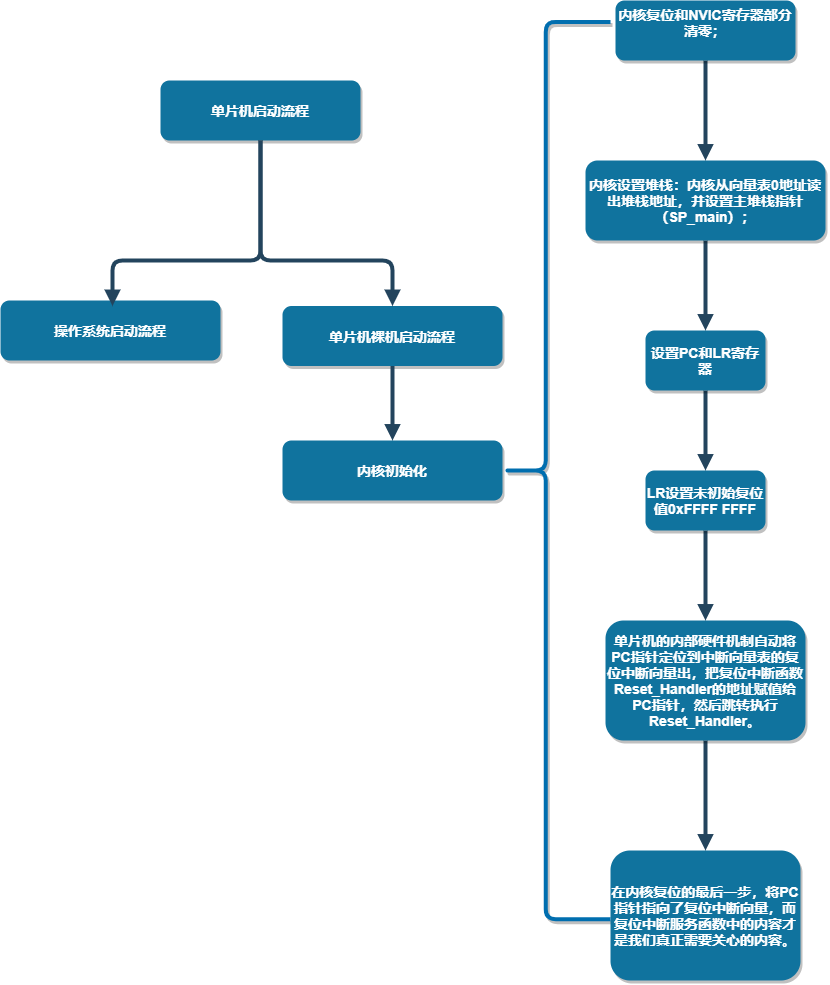
Earlier version of the draw.io export 启动流程.png (chenxi123-byte/51-Single-chip). Source tidied: cells renumbered, new cells last; positions are measured from the earlier drawing's top-left corner, leaving out a move shared by most shapes.
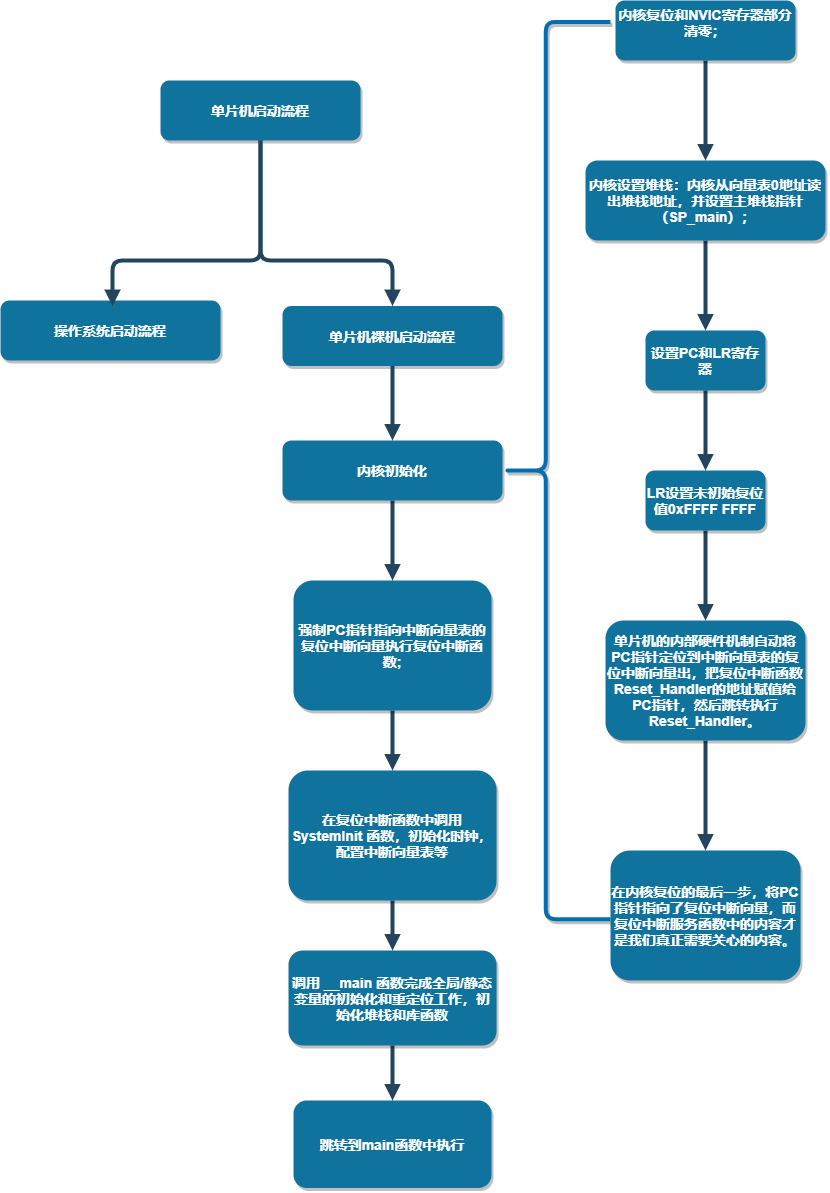
Later version of the same file.

Diff of the diagram source:
```diff
@@ -41,6 +41,9 @@
         </Array>
       </mxGeometry>
     </mxCell>
+    <mxCell id="21" style="edgeStyle=elbowEdgeStyle;shape=connector;rounded=1;jettySize=auto;elbow=vertical;html=1;labelBackgroundColor=default;fontFamily=Helvetica;fontSize=11;fontColor=default;endArrow=block;endFill=1;strokeColor=#23445D;strokeWidth=4;" parent="1" edge="1" source="8" target="23">
+      <mxGeometry relative="1" as="geometry" />
+    </mxCell>
     <mxCell id="8" value="内核初始化" style="rounded=1;fillColor=#10739E;strokeColor=none;shadow=1;gradientColor=none;fontStyle=1;fontColor=#FFFFFF;fontSize=14;" parent="1" vertex="1">
       <mxGeometry x="282" y="440" width="220" height="60" as="geometry" />
     </mxCell>
@@ -80,5 +83,26 @@
     <mxCell id="20" value="在内核复位的最后一步，将PC指针指向了复位中断向量，而复位中断服务函数中的内容才是我们真正需要关心的内容。" style="whiteSpace=wrap;html=1;fontSize=14;fillColor=#10739E;strokeColor=none;fontColor=#FFFFFF;rounded=1;shadow=1;gradientColor=none;fontStyle=1;" parent="1" vertex="1">
       <mxGeometry x="610" y="850" width="190" height="130" as="geometry" />
     </mxCell>
+    <mxCell id="22" style="edgeStyle=elbowEdgeStyle;shape=connector;rounded=1;jettySize=auto;elbow=vertical;html=1;labelBackgroundColor=default;fontFamily=Helvetica;fontSize=11;fontColor=default;endArrow=block;endFill=1;strokeColor=#23445D;strokeWidth=4;" parent="1" edge="1" source="23" target="25">
+      <mxGeometry relative="1" as="geometry" />
+    </mxCell>
+    <mxCell id="23" value="强制PC指针指向中断向量表的复位中断向量执行复位中断函数;" style="whiteSpace=wrap;html=1;fontSize=14;fillColor=#10739E;strokeColor=none;fontColor=#FFFFFF;rounded=1;shadow=1;gradientColor=none;fontStyle=1;" parent="1" vertex="1">
+      <mxGeometry x="293" y="580" width="198" height="130" as="geometry" />
+    </mxCell>
+    <mxCell id="24" style="edgeStyle=elbowEdgeStyle;shape=connector;rounded=1;jettySize=auto;elbow=vertical;html=1;labelBackgroundColor=default;fontFamily=Helvetica;fontSize=11;fontColor=default;endArrow=block;endFill=1;strokeColor=#23445D;strokeWidth=4;" parent="1" edge="1" source="25" target="27">
+      <mxGeometry relative="1" as="geometry" />
+    </mxCell>
+    <mxCell id="25" value="在复位中断函数中调用 SystemInit 函数，初始化时钟，配置中断向量表等" style="whiteSpace=wrap;html=1;fontSize=14;fillColor=#10739E;strokeColor=none;fontColor=#FFFFFF;rounded=1;shadow=1;gradientColor=none;fontStyle=1;" parent="1" vertex="1">
+      <mxGeometry x="288" y="770" width="208" height="130" as="geometry" />
+    </mxCell>
+    <mxCell id="26" style="edgeStyle=elbowEdgeStyle;shape=connector;rounded=1;jettySize=auto;elbow=vertical;html=1;labelBackgroundColor=default;fontFamily=Helvetica;fontSize=11;fontColor=default;endArrow=block;endFill=1;strokeColor=#23445D;strokeWidth=4;" parent="1" edge="1" source="27" target="28">
+      <mxGeometry relative="1" as="geometry" />
+    </mxCell>
+    <mxCell id="27" value="调用 __main 函数完成全局/静态变量的初始化和重定位工作，初始化堆栈和库函数" style="whiteSpace=wrap;html=1;fontSize=14;fillColor=#10739E;strokeColor=none;fontColor=#FFFFFF;rounded=1;shadow=1;gradientColor=none;fontStyle=1;" parent="1" vertex="1">
+      <mxGeometry x="288" y="950" width="208" height="95" as="geometry" />
+    </mxCell>
+    <mxCell id="28" value="跳转到main函数中执行" style="whiteSpace=wrap;html=1;fontSize=14;fillColor=#10739E;strokeColor=none;fontColor=#FFFFFF;rounded=1;shadow=1;gradientColor=none;fontStyle=1;" parent="1" vertex="1">
+      <mxGeometry x="293" y="1100" width="198" height="87.5" as="geometry" />
+    </mxCell>
   </root>
 </mxGraphModel>
```
